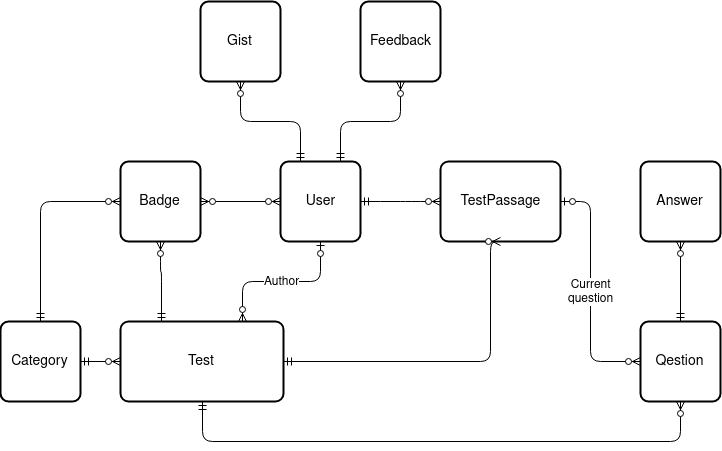
Above: app/assets/images/TestGuru-ER.png in shuklineg/test-guru (draw.io), before the change. Source tidied: cells renumbered, new cells last; positions are measured from the earlier drawing's top-left corner, leaving out a move shared by most shapes.
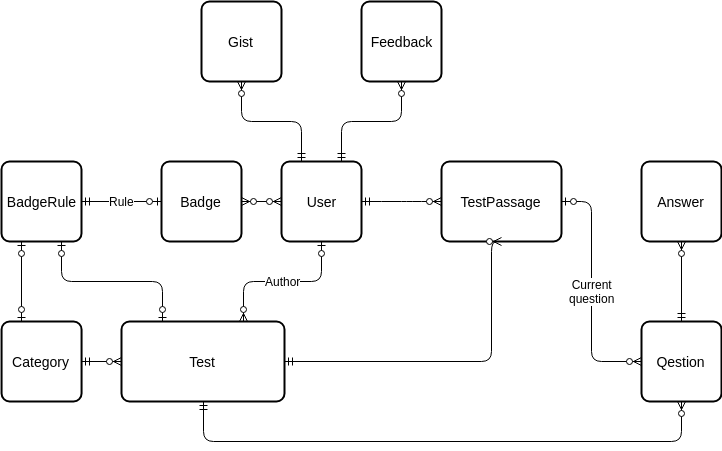
After the change.

Change to the diagram source:
```diff
@@ -67,7 +67,7 @@
       <mxGeometry x="200" width="80" height="80" as="geometry" />
     </mxCell>
     <mxCell id="17" value="Badge&lt;br&gt;" style="strokeWidth=2;rounded=1;arcSize=10;whiteSpace=wrap;html=1;align=center;fontSize=14;" parent="1" vertex="1">
-      <mxGeometry x="120" y="160" width="80" height="80" as="geometry" />
+      <mxGeometry x="160" y="160" width="80" height="80" as="geometry" />
     </mxCell>
     <mxCell id="18" style="fontSize=12;html=1;endArrow=ERzeroToMany;endFill=1;startArrow=ERmandOne;startFill=0;edgeStyle=orthogonalEdgeStyle;entryX=0.5;entryY=1;entryDx=0;entryDy=0;exitX=0.25;exitY=0;exitDx=0;exitDy=0;" parent="1" edge="1" source="5" target="16">
       <mxGeometry relative="1" as="geometry">
@@ -86,23 +86,33 @@
         </Array>
       </mxGeometry>
     </mxCell>
-    <mxCell id="20" style="fontSize=12;html=1;endArrow=ERzeroToMany;endFill=1;startArrow=ERmandOne;startFill=0;edgeStyle=orthogonalEdgeStyle;entryX=0.5;entryY=1;entryDx=0;entryDy=0;exitX=0.25;exitY=0;exitDx=0;exitDy=0;" parent="1" edge="1" source="6" target="17">
-      <mxGeometry relative="1" as="geometry">
-        <Array as="points">
-          <mxPoint x="161" y="270" />
-          <mxPoint x="160" y="270" />
-        </Array>
-      </mxGeometry>
-    </mxCell>
-    <mxCell id="21" style="fontSize=12;html=1;endArrow=ERzeroToMany;endFill=1;startArrow=ERmandOne;startFill=0;edgeStyle=orthogonalEdgeStyle;entryX=0;entryY=0.5;entryDx=0;entryDy=0;exitX=0.5;exitY=0;exitDx=0;exitDy=0;" parent="1" edge="1" source="7" target="17">
-      <mxGeometry relative="1" as="geometry">
-        <Array as="points">
-          <mxPoint x="40" y="200" />
-        </Array>
-      </mxGeometry>
-    </mxCell>
     <mxCell id="22" style="fontSize=12;html=1;endArrow=ERzeroToMany;endFill=1;startArrow=ERzeroToMany;startFill=1;edgeStyle=orthogonalEdgeStyle;exitX=1;exitY=0.5;exitDx=0;exitDy=0;entryX=0;entryY=0.5;entryDx=0;entryDy=0;" parent="1" edge="1" source="17" target="5">
       <mxGeometry relative="1" as="geometry" />
     </mxCell>
+    <mxCell id="23" value="BadgeRule&lt;br&gt;" style="strokeWidth=2;rounded=1;arcSize=10;whiteSpace=wrap;html=1;align=center;fontSize=14;" parent="1" vertex="1">
+      <mxGeometry y="160" width="80" height="80" as="geometry" />
+    </mxCell>
+    <mxCell id="24" value="Rule" style="fontSize=12;html=1;endArrow=ERzeroToOne;startArrow=ERmandOne;startFill=0;entryX=0;entryY=0.5;entryDx=0;entryDy=0;exitX=1;exitY=0.5;exitDx=0;exitDy=0;endFill=1;" parent="1" edge="1" source="23" target="17">
+      <mxGeometry relative="1" as="geometry" />
+    </mxCell>
+    <mxCell id="25" style="fontSize=12;html=1;endArrow=ERzeroToOne;startArrow=ERzeroToOne;startFill=1;entryX=0.25;entryY=0;entryDx=0;entryDy=0;exitX=0.25;exitY=1;exitDx=0;exitDy=0;endFill=1;" parent="1" edge="1" source="23" target="7">
+      <mxGeometry relative="1" as="geometry" />
+    </mxCell>
+    <mxCell id="26" style="fontSize=12;html=1;endArrow=ERzeroToOne;startArrow=ERzeroToOne;startFill=1;entryX=0.25;entryY=0;entryDx=0;entryDy=0;exitX=0.75;exitY=1;exitDx=0;exitDy=0;endFill=1;strokeColor=none;rounded=1;" parent="1" edge="1" source="23" target="6">
+      <mxGeometry relative="1" as="geometry">
+        <Array as="points">
+          <mxPoint x="80" y="290" />
+          <mxPoint x="120" y="290" />
+        </Array>
+      </mxGeometry>
+    </mxCell>
+    <mxCell id="27" style="fontSize=12;html=1;endArrow=ERzeroToOne;endFill=1;startArrow=ERzeroToOne;startFill=1;edgeStyle=orthogonalEdgeStyle;entryX=0.75;entryY=1;entryDx=0;entryDy=0;exitX=0.25;exitY=0;exitDx=0;exitDy=0;" parent="1" edge="1" source="6" target="23">
+      <mxGeometry relative="1" as="geometry">
+        <Array as="points">
+          <mxPoint x="161" y="280" />
+          <mxPoint x="60" y="280" />
+        </Array>
+      </mxGeometry>
+    </mxCell>
   </root>
 </mxGraphModel>
```
